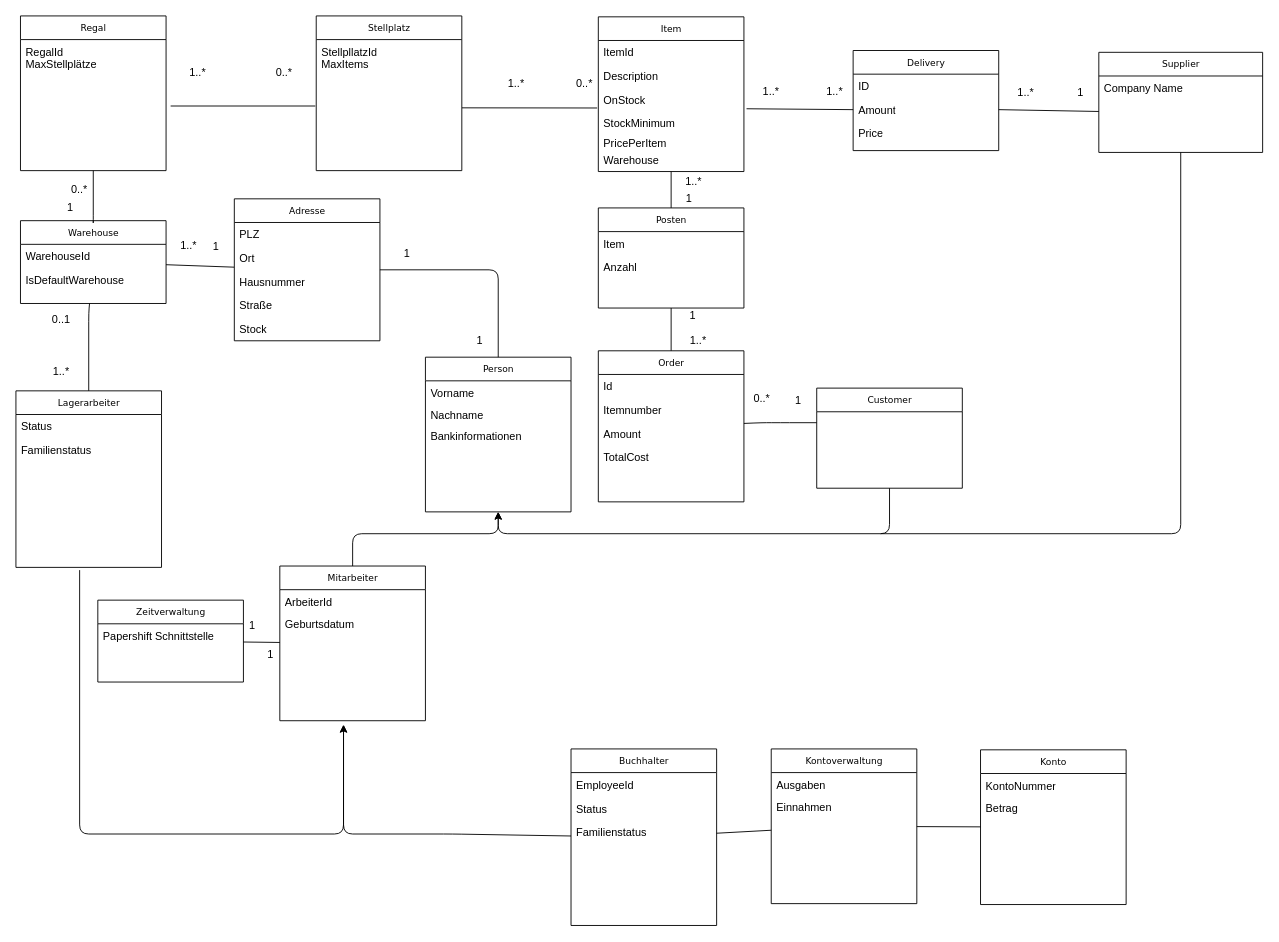
This is Klassendiagramm/Klassendiagramm.drawio from Klompara/ERP-Scrum, a draw.io file, before an edit. Source tidied: cells renumbered, new cells numbered last; positions are measured from the earlier drawing's top-left corner, leaving out a move shared by most shapes. Both pictures are drawn from the tidied source at 91%, with x=0, y=0 at pixel (15, 15).
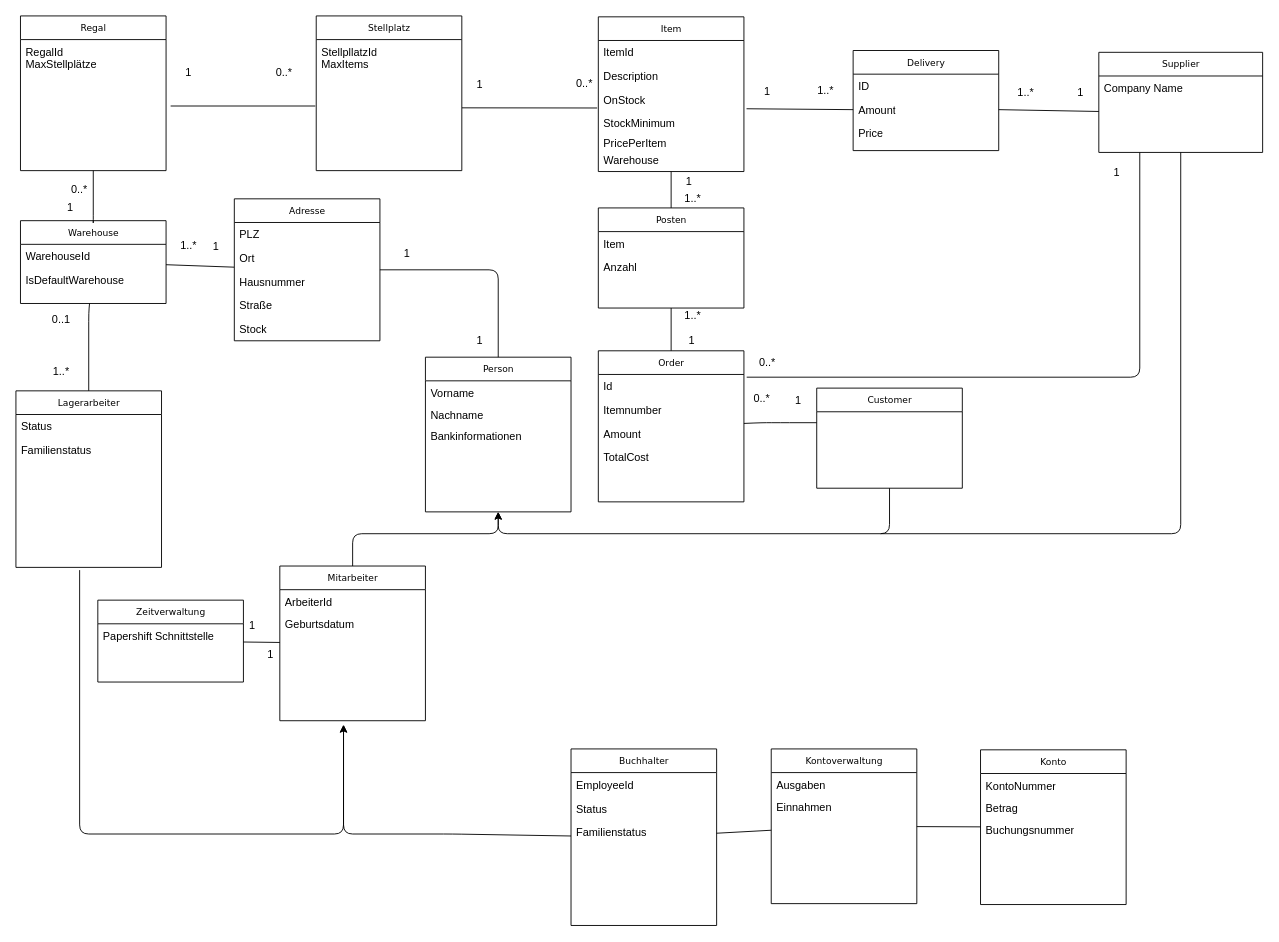
The same diagram, later.

The change refers to these unchanged cells:
```xml
<mxCell id="13" value="Supplier" style="swimlane;html=1;fontStyle=0;horizontal=1;startSize=26;fillColor=none;swimlaneFillColor=#ffffff;rounded=0;shadow=0;comic=0;labelBackgroundColor=none;strokeColor=#000000;strokeWidth=1;fontFamily=Verdana;fontSize=10;fontColor=#000000;align=center;" parent="1" vertex="1">
  <mxGeometry x="1190" y="40" width="180" height="110" as="geometry" />
</mxCell>
<mxCell id="24" value="Id" style="text;html=1;strokeColor=none;fillColor=none;align=left;verticalAlign=top;spacingLeft=4;spacingRight=4;whiteSpace=wrap;overflow=hidden;points=[[0,0.5],[1,0.5]];portConstraint=eastwest;" parent="23" vertex="1">
  <mxGeometry y="26" width="160" height="26" as="geometry" />
</mxCell>
<mxCell id="56" value="Konto" style="swimlane;html=1;fontStyle=0;horizontal=1;startSize=26;fillColor=none;swimlaneFillColor=#ffffff;rounded=0;shadow=0;comic=0;labelBackgroundColor=none;strokeColor=#000000;strokeWidth=1;fontFamily=Verdana;fontSize=10;fontColor=#000000;align=center;" parent="1" vertex="1">
  <mxGeometry x="1060" y="806.5" width="160" height="170" as="geometry" />
</mxCell>
```

Change to the diagram source:
```diff
@@
-    <mxCell id="15" value="1..*" style="text;html=1;strokeColor=none;fillColor=none;align=center;verticalAlign=middle;whiteSpace=wrap;rounded=0;" parent="1" vertex="1">
-      <mxGeometry x="530" y="65" width="40" height="20" as="geometry" />
+    <mxCell id="15" value="1" style="text;html=1;strokeColor=none;fillColor=none;align=center;verticalAlign=middle;whiteSpace=wrap;rounded=0;" parent="1" vertex="1">
+      <mxGeometry x="490" y="66" width="40" height="20" as="geometry" />
     </mxCell>
@@
-    <mxCell id="40" value="1..*" style="text;html=1;strokeColor=none;fillColor=none;align=center;verticalAlign=middle;whiteSpace=wrap;rounded=0;" parent="1" vertex="1">
-      <mxGeometry x="880" y="73" width="40" height="20" as="geometry" />
+    <mxCell id="40" value="1" style="text;html=1;strokeColor=none;fillColor=none;align=center;verticalAlign=middle;whiteSpace=wrap;rounded=0;" parent="1" vertex="1">
+      <mxGeometry x="806" y="73" width="40" height="20" as="geometry" />
     </mxCell>
     <mxCell id="41" value="1..*" style="text;html=1;strokeColor=none;fillColor=none;align=center;verticalAlign=middle;whiteSpace=wrap;rounded=0;" parent="1" vertex="1">
-      <mxGeometry x="810" y="73" width="40" height="20" as="geometry" />
+      <mxGeometry x="870" y="72" width="40" height="20" as="geometry" />
     </mxCell>
@@
-    <mxCell id="50" value="1..*" style="text;html=1;strokeColor=none;fillColor=none;align=center;verticalAlign=middle;whiteSpace=wrap;rounded=0;" parent="1" vertex="1">
-      <mxGeometry x="180" y="53" width="40" height="20" as="geometry" />
+    <mxCell id="50" value="1" style="text;html=1;strokeColor=none;fillColor=none;align=center;verticalAlign=middle;whiteSpace=wrap;rounded=0;" parent="1" vertex="1">
+      <mxGeometry x="170" y="53" width="40" height="20" as="geometry" />
     </mxCell>
@@
-    <mxCell id="58" value="Betrag&lt;br&gt;" style="text;html=1;strokeColor=none;fillColor=none;align=left;verticalAlign=top;spacingLeft=4;spacingRight=4;whiteSpace=wrap;overflow=hidden;" parent="56" vertex="1">
+    <mxCell id="58" value="Betrag" style="text;html=1;strokeColor=none;fillColor=none;align=left;verticalAlign=top;spacingLeft=4;spacingRight=4;whiteSpace=wrap;overflow=hidden;" parent="56" vertex="1">
       <mxGeometry y="50" width="160" height="24" as="geometry" />
     </mxCell>
-    <mxCell id="59" value="&amp;nbsp;&lt;br&gt;" style="text;html=1;strokeColor=none;fillColor=none;align=left;verticalAlign=top;spacingLeft=4;spacingRight=4;whiteSpace=wrap;overflow=hidden;" parent="56" vertex="1">
-      <mxGeometry y="74" width="160" height="24" as="geometry" />
-    </mxCell>
-    <mxCell id="60" value="&amp;nbsp;&lt;br&gt;" style="text;html=1;strokeColor=none;fillColor=none;align=left;verticalAlign=top;spacingLeft=4;spacingRight=4;whiteSpace=wrap;overflow=hidden;" parent="56" vertex="1">
-      <mxGeometry y="98" width="160" height="24" as="geometry" />
+    <mxCell id="60" value="Buchungsnummer&lt;br&gt;" style="text;html=1;strokeColor=none;fillColor=none;align=left;verticalAlign=top;spacingLeft=4;spacingRight=4;whiteSpace=wrap;overflow=hidden;" parent="56" vertex="1">
+      <mxGeometry y="74" width="160" height="24" as="geometry" />
     </mxCell>
     <mxCell id="61" value="&amp;nbsp;&lt;br&gt;" style="text;html=1;strokeColor=none;fillColor=none;align=left;verticalAlign=top;spacingLeft=4;spacingRight=4;whiteSpace=wrap;overflow=hidden;" parent="56" vertex="1">
-      <mxGeometry y="122" width="160" height="24" as="geometry" />
+      <mxGeometry y="98" width="160" height="24" as="geometry" />
     </mxCell>
     <mxCell id="62" value="&amp;nbsp;&lt;br&gt;" style="text;html=1;strokeColor=none;fillColor=none;align=left;verticalAlign=top;spacingLeft=4;spacingRight=4;whiteSpace=wrap;overflow=hidden;" parent="56" vertex="1">
-      <mxGeometry y="146" width="160" height="24" as="geometry" />
+      <mxGeometry y="122" width="160" height="24" as="geometry" />
     </mxCell>
@@
     <mxCell id="103" value="1..*" style="text;html=1;strokeColor=none;fillColor=none;align=center;verticalAlign=middle;whiteSpace=wrap;rounded=0;" parent="1" vertex="1">
-      <mxGeometry x="725" y="172" width="40" height="20" as="geometry" />
+      <mxGeometry x="724" y="191" width="40" height="20" as="geometry" />
     </mxCell>
     <mxCell id="104" value="1" style="text;html=1;strokeColor=none;fillColor=none;align=center;verticalAlign=middle;whiteSpace=wrap;rounded=0;" parent="1" vertex="1">
-      <mxGeometry x="720" y="191" width="40" height="20" as="geometry" />
+      <mxGeometry x="720" y="172" width="40" height="20" as="geometry" />
     </mxCell>
-    <mxCell id="105" value="1..*" style="text;html=1;strokeColor=none;fillColor=none;align=center;verticalAlign=middle;whiteSpace=wrap;rounded=0;" parent="1" vertex="1">
-      <mxGeometry x="730" y="347" width="40" height="20" as="geometry" />
+    <mxCell id="105" value="1" style="text;html=1;strokeColor=none;fillColor=none;align=center;verticalAlign=middle;whiteSpace=wrap;rounded=0;" parent="1" vertex="1">
+      <mxGeometry x="723" y="347" width="40" height="20" as="geometry" />
     </mxCell>
-    <mxCell id="106" value="1" style="text;html=1;strokeColor=none;fillColor=none;align=center;verticalAlign=middle;whiteSpace=wrap;rounded=0;" parent="1" vertex="1">
+    <mxCell id="106" value="1..*" style="text;html=1;strokeColor=none;fillColor=none;align=center;verticalAlign=middle;whiteSpace=wrap;rounded=0;" parent="1" vertex="1">
       <mxGeometry x="724" y="320" width="40" height="20" as="geometry" />
     </mxCell>
@@
+    <mxCell id="111" style="endArrow=none;html=1;entryX=1.019;entryY=0.115;entryDx=0;entryDy=0;entryPerimeter=0;exitX=0.25;exitY=1;exitDx=0;exitDy=0;" parent="1" edge="1" source="13" target="24">
+      <mxGeometry relative="1" as="geometry">
+        <Array as="points">
+          <mxPoint x="1235" y="397" />
+        </Array>
+      </mxGeometry>
+    </mxCell>
+    <mxCell id="112" value="1" style="text;html=1;strokeColor=none;fillColor=none;align=center;verticalAlign=middle;whiteSpace=wrap;rounded=0;" parent="1" vertex="1">
+      <mxGeometry x="1190" y="162" width="40" height="20" as="geometry" />
+    </mxCell>
+    <mxCell id="113" value="0..*" style="text;html=1;strokeColor=none;fillColor=none;align=center;verticalAlign=middle;whiteSpace=wrap;rounded=0;" parent="1" vertex="1">
+      <mxGeometry x="806" y="371" width="40" height="20" as="geometry" />
+    </mxCell>
```
